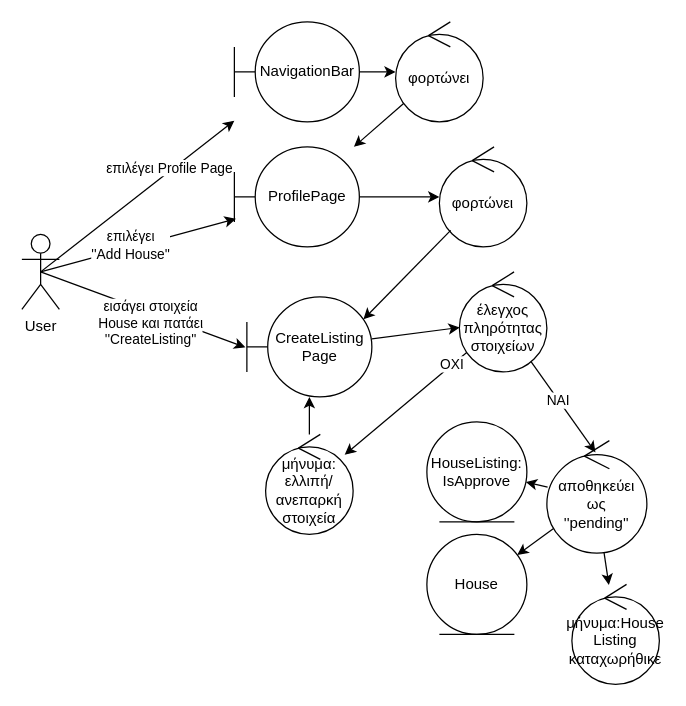
Earlier version of the draw.io diagram Robustness-Diagrams-v1.0/2/Robustness-Diagram-ΠΧ2.drawio (chrisgalanis/software_tech_ceid). Source tidied: cells renumbered, new cells numbered last; positions are measured from the earlier drawing's top-left corner, leaving out a move shared by most shapes. Both pictures are drawn from the tidied source at 125%, with x=0, y=0 at pixel (21, 21).
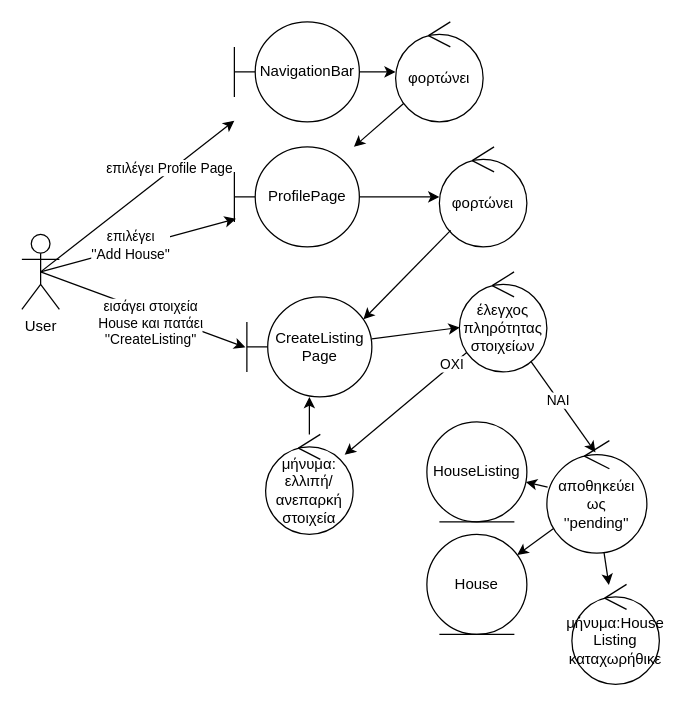
After the change.

What changed in the source:
```diff
@@
-    <mxCell id="10" value="HouseListing:&lt;div&gt;IsApprove&lt;/div&gt;" style="ellipse;shape=umlEntity;whiteSpace=wrap;html=1;" parent="1" vertex="1">
+    <mxCell id="10" value="HouseListing" style="ellipse;shape=umlEntity;whiteSpace=wrap;html=1;" parent="1" vertex="1">
       <mxGeometry x="324" y="320" width="80" height="80" as="geometry" />
     </mxCell>
```
